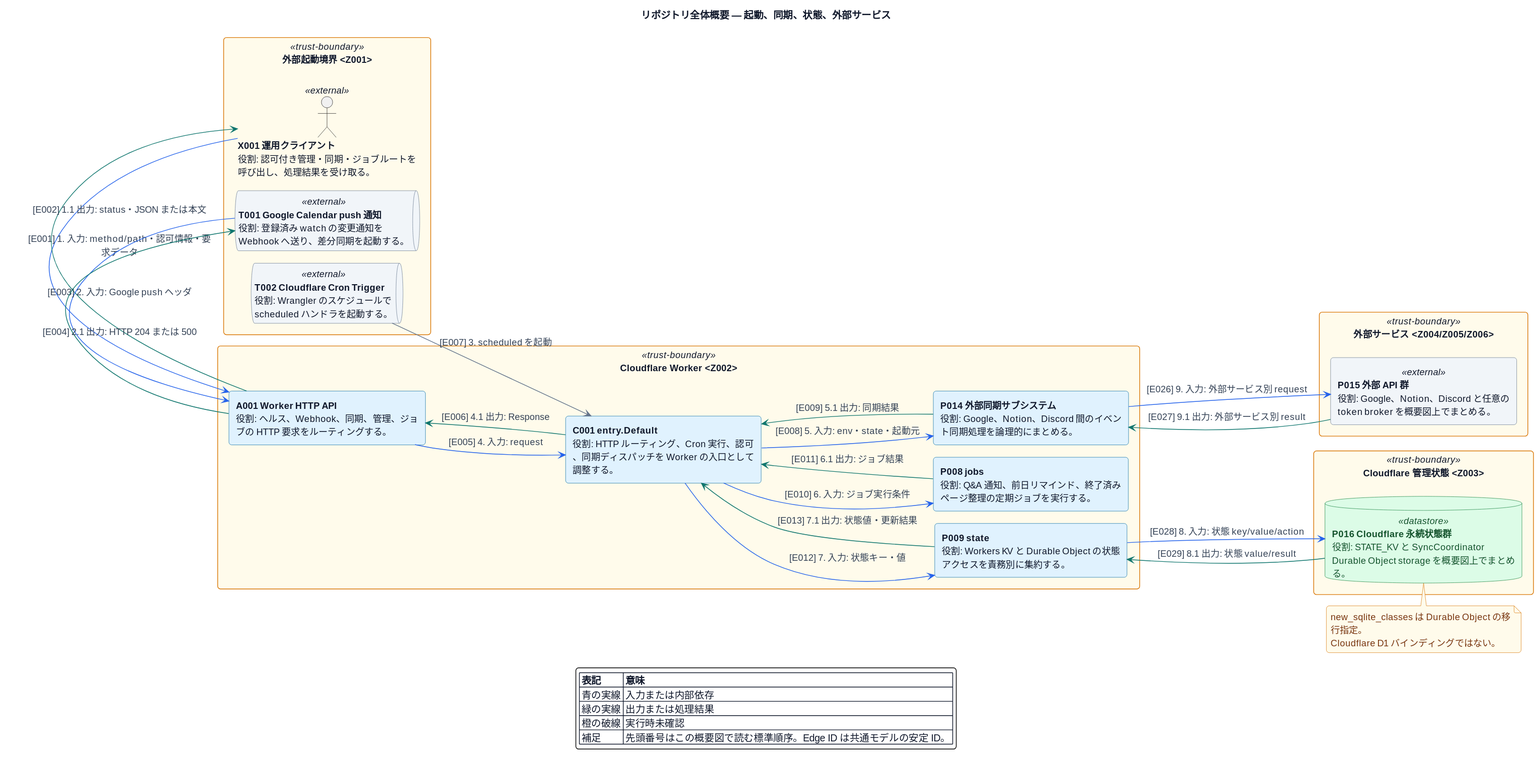
The PlantUML diagram docs/architecture/plantuml/rendered/00-repository-overview.svg in ichipiro/IE_Event_Bot, before a commit. The source it was exported from:
```plantuml
@startuml
!include _shared/style.puml
title リポジトリ全体概要 — 起動、同期、状態、外部サービス
!pragma layout smetana
left to right direction
package "外部起動境界 <Z001>" <<trust-boundary>> {
  actor "<b>X001 運用クライアント</b>\n役割: 認可付き管理・同期・ジョブルートを呼び出し、処理結果を受け取る。" as X001 <<external>>
  queue "<b>T001 Google Calendar push 通知</b>\n役割: 登録済み watch の変更通知を Webhook へ送り、差分同期を起動する。" as T001 <<external>>
  queue "<b>T002 Cloudflare Cron Trigger</b>\n役割: Wrangler のスケジュールで scheduled ハンドラを起動する。" as T002 <<external>>
}
package "Cloudflare Worker <Z002>" <<trust-boundary>> {
  component "<b>A001 Worker HTTP API</b>\n役割: ヘルス、Webhook、同期、管理、ジョブの HTTP 要求をルーティングする。" as A001
  component "<b>C001 entry.Default</b>\n役割: HTTP ルーティング、Cron 実行、認可、同期ディスパッチを Worker の入口として調整する。" as C001
  component "<b>P014 外部同期サブシステム</b>\n役割: Google、Notion、Discord 間のイベント同期処理を論理的にまとめる。" as P014
  component "<b>P008 jobs</b>\n役割: Q&A 通知、前日リマインド、終了済みページ整理の定期ジョブを実行する。" as P008
  component "<b>P009 state</b>\n役割: Workers KV と Durable Object の状態アクセスを責務別に集約する。" as P009
}
package "Cloudflare 管理状態 <Z003>" <<trust-boundary>> {
  database "<b>P016 Cloudflare 永続状態群</b>\n役割: STATE_KV と SyncCoordinator Durable Object storage を概要図上でまとめる。" as P016 <<datastore>>
}
package "外部サービス <Z004/Z005/Z006>" <<trust-boundary>> {
  component "<b>P015 外部 API 群</b>\n役割: Google、Notion、Discord と任意の token broker を概要図上でまとめる。" as P015 <<external>>
}
X001 -[#2563EB]-> A001 : [E001] 1. 入力: method/path・認可情報・要求データ
A001 -[#0F766E]-> X001 : [E002] 1.1 出力: status・JSON または本文
T001 -[#2563EB]-> A001 : [E003] 2. 入力: Google push ヘッダ
A001 -[#0F766E]-> T001 : [E004] 2.1 出力: HTTP 204 または 500
T002 -[#64748B]-> C001 : [E007] 3. scheduled を起動
A001 -[#2563EB]-> C001 : [E005] 4. 入力: request
C001 -[#0F766E]-> A001 : [E006] 4.1 出力: Response
C001 -[#2563EB]-> P014 : [E008] 5. 入力: env・state・起動元
P014 -[#0F766E]-> C001 : [E009] 5.1 出力: 同期結果
C001 -[#2563EB]-> P008 : [E010] 6. 入力: ジョブ実行条件
P008 -[#0F766E]-> C001 : [E011] 6.1 出力: ジョブ結果
C001 -[#2563EB]-> P009 : [E012] 7. 入力: 状態キー・値
P009 -[#0F766E]-> C001 : [E013] 7.1 出力: 状態値・更新結果
P009 -[#2563EB]-> P016 : [E028] 8. 入力: 状態 key/value/action
P016 -[#0F766E]-> P009 : [E029] 8.1 出力: 状態 value/result
P014 -[#2563EB]-> P015 : [E026] 9. 入力: 外部サービス別 request
P015 -[#0F766E]-> P014 : [E027] 9.1 出力: 外部サービス別 result
note bottom of P016
  new_sqlite_classes は Durable Object の移行指定。
  Cloudflare D1 バインディングではない。
end note
legend bottom
  |= 表記 |= 意味 |
  | 青の実線 | 入力または内部依存 |
  | 緑の実線 | 出力または処理結果 |
  | 橙の破線 | 実行時未確認 |
  | 補足 | 先頭番号はこの概要図で読む標準順序。Edge ID は共通モデルの安定 ID。 |
endlegend
@enduml
```
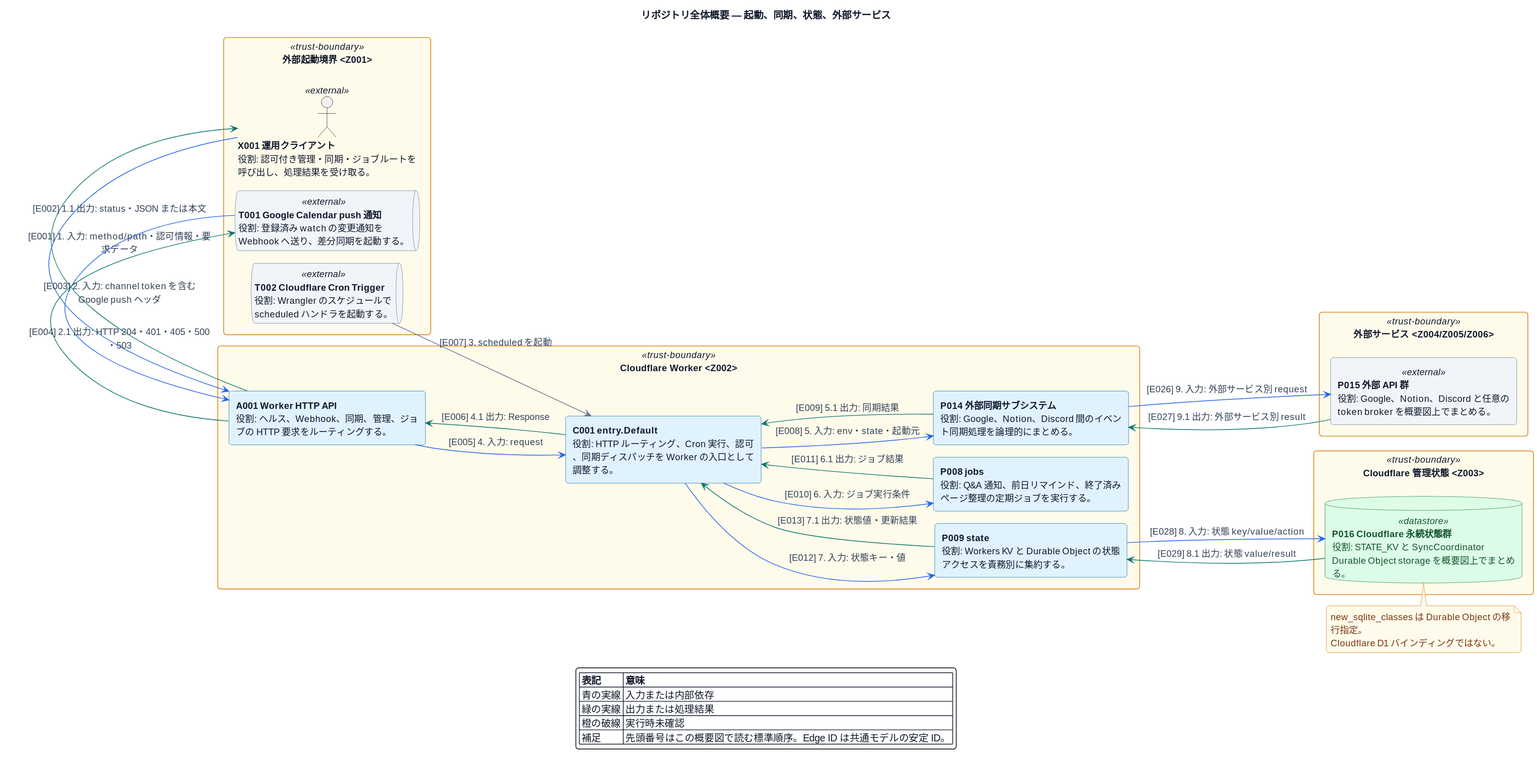
The same diagram one commit later.

Change to the diagram source:
```diff
@@ -23,8 +23,8 @@
 }
 X001 -[#2563EB]-> A001 : [E001] 1. 入力: method/path・認可情報・要求データ
 A001 -[#0F766E]-> X001 : [E002] 1.1 出力: status・JSON または本文
-T001 -[#2563EB]-> A001 : [E003] 2. 入力: Google push ヘッダ
-A001 -[#0F766E]-> T001 : [E004] 2.1 出力: HTTP 204 または 500
+T001 -[#2563EB]-> A001 : [E003] 2. 入力: channel token を含む Google push ヘッダ
+A001 -[#0F766E]-> T001 : [E004] 2.1 出力: HTTP 204・401・405・500・503
 T002 -[#64748B]-> C001 : [E007] 3. scheduled を起動
 A001 -[#2563EB]-> C001 : [E005] 4. 入力: request
 C001 -[#0F766E]-> A001 : [E006] 4.1 出力: Response
```
